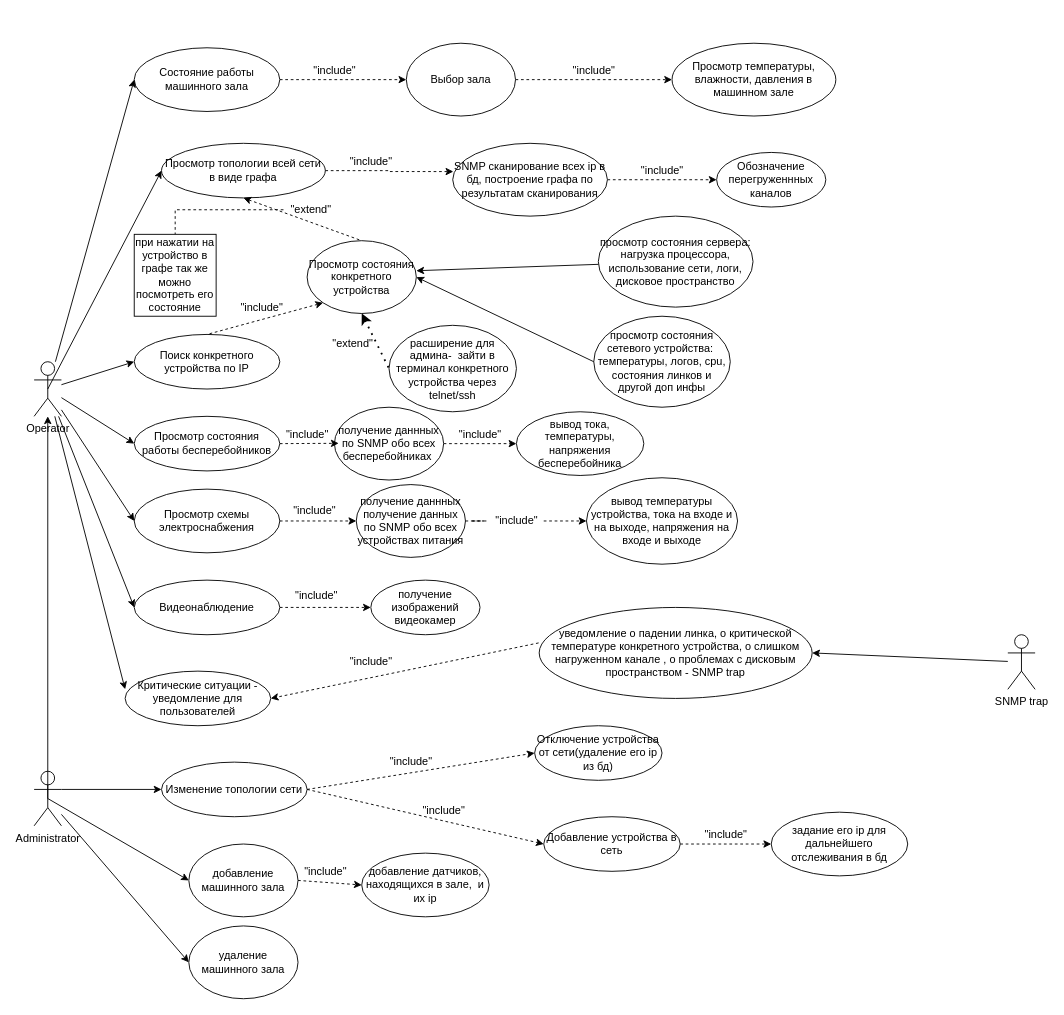
The draw.io diagram Untitled Diagram.drawio in sophiiako/unik, before the edit. Source tidied: cells renumbered, new cells numbered last; positions are measured from the earlier drawing's top-left corner, leaving out a move shared by most shapes. Both pictures are drawn from the tidied source at 91%, with x=0, y=0 at pixel (34, 43).
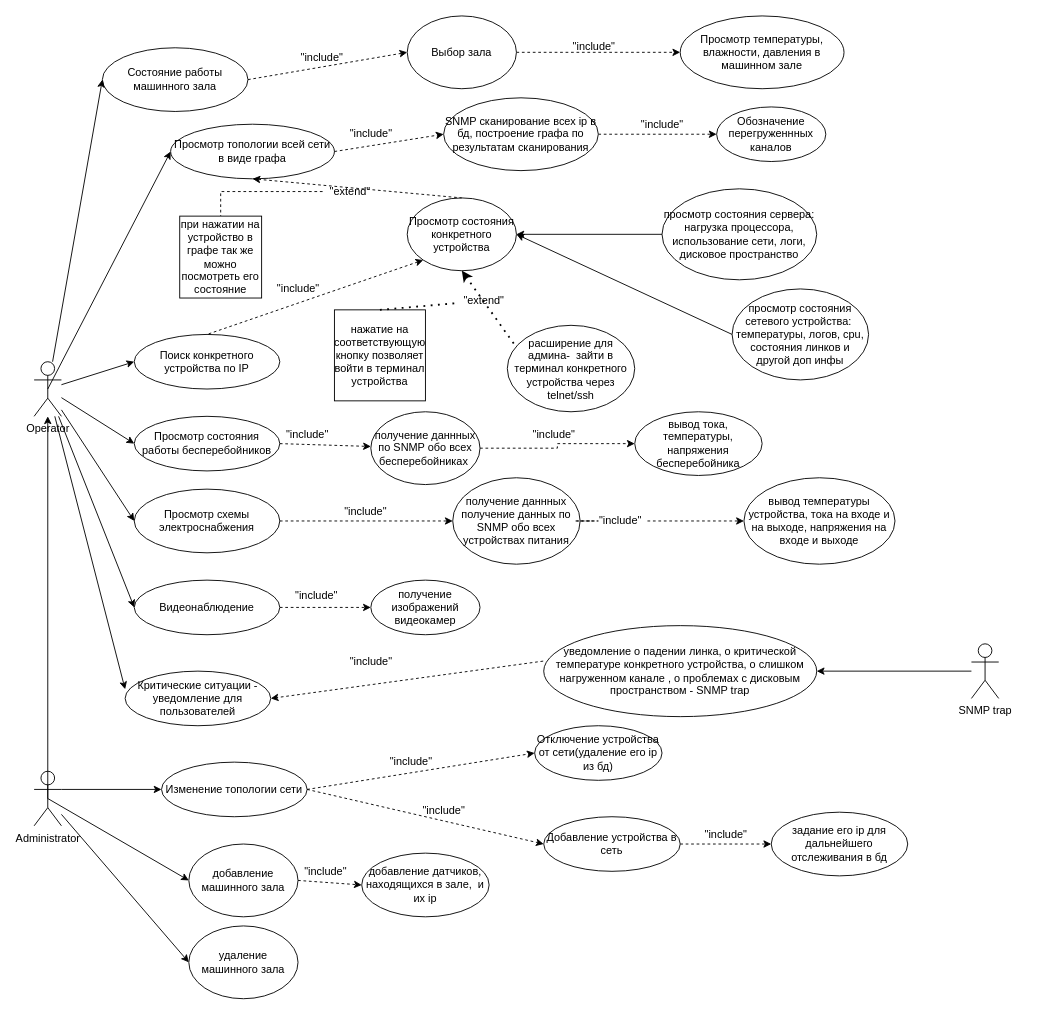
The same page after the edit.

The change refers to these unchanged cells:
```xml
<mxCell id="8" value="Просмотр состояния работы бесперебойников" style="ellipse;whiteSpace=wrap;html=1;" parent="1" vertex="1">
  <mxGeometry x="110" y="410" width="160" height="60" as="geometry" />
</mxCell>
<mxCell id="64" value="&quot;include&quot;" style="text;html=1;align=center;verticalAlign=middle;points=[];strokeColor=none;fillColor=none;" parent="1" vertex="1">
  <mxGeometry x="270" y="420" width="60" height="20" as="geometry" />
</mxCell>
```

The edit, as a diff of the source:
```diff
@@
     <mxCell id="3" value="Просмотр температуры, влажности, давления в машинном зале" style="ellipse;whiteSpace=wrap;html=1;" parent="1" vertex="1">
-      <mxGeometry x="701" width="180" height="80" as="geometry" />
+      <mxGeometry x="710" y="-30" width="180" height="80" as="geometry" />
     </mxCell>
     <mxCell id="4" value="Просмотр топологии всей сети в виде графа" style="ellipse;whiteSpace=wrap;html=1;" parent="1" vertex="1">
-      <mxGeometry x="140" y="110" width="180" height="60" as="geometry" />
+      <mxGeometry x="150" y="89" width="180" height="60" as="geometry" />
     </mxCell>
@@
     <mxCell id="9" value="Просмотр состояния конкретного устройства" style="ellipse;whiteSpace=wrap;html=1;" parent="1" vertex="1">
-      <mxGeometry x="300" y="217" width="120" height="80" as="geometry" />
+      <mxGeometry x="410" y="170" width="120" height="80" as="geometry" />
     </mxCell>
@@
     <mxCell id="12" value="Обозначение перегруженнных каналов" style="ellipse;whiteSpace=wrap;html=1;" parent="1" vertex="1">
-      <mxGeometry x="750" y="120" width="120" height="60" as="geometry" />
+      <mxGeometry x="750" y="70" width="120" height="60" as="geometry" />
     </mxCell>
@@
-    <mxCell id="15" style="edgeStyle=orthogonalEdgeStyle;rounded=0;jettySize=auto;html=1;dashed=1;" parent="1" edge="1" source="16" target="35">
-      <mxGeometry relative="1" as="geometry" />
-    </mxCell>
     <mxCell id="16" value="Состояние работы машинного зала" style="ellipse;whiteSpace=wrap;html=1;" parent="1" vertex="1">
-      <mxGeometry x="110" y="5" width="160" height="70" as="geometry" />
+      <mxGeometry x="75" y="5" width="160" height="70" as="geometry" />
     </mxCell>
@@
     <mxCell id="31" value="получение даннных получение данных по SNMP обо всех устройствах питания" style="ellipse;whiteSpace=wrap;html=1;" parent="1" vertex="1">
-      <mxGeometry x="354" y="485" width="120" height="80" as="geometry" />
+      <mxGeometry x="460" y="477.5" width="140" height="95" as="geometry" />
     </mxCell>
@@
     <mxCell id="33" value="получение даннных по SNMP обо всех бесперебойниках&amp;nbsp;" style="ellipse;whiteSpace=wrap;html=1;" parent="1" vertex="1">
-      <mxGeometry x="330" y="400" width="120" height="80" as="geometry" />
+      <mxGeometry x="370" y="405" width="120" height="80" as="geometry" />
     </mxCell>
@@
     <mxCell id="35" value="Выбор зала" style="ellipse;whiteSpace=wrap;html=1;" parent="1" vertex="1">
-      <mxGeometry x="409" width="120" height="80" as="geometry" />
+      <mxGeometry x="410" y="-30" width="120" height="80" as="geometry" />
     </mxCell>
@@
     <mxCell id="37" value="SNMP сканирование всех ip в бд, построение графа по результатам сканирования" style="ellipse;whiteSpace=wrap;html=1;" parent="1" vertex="1">
-      <mxGeometry x="460" y="110" width="170" height="80" as="geometry" />
+      <mxGeometry x="450" y="60" width="170" height="80" as="geometry" />
     </mxCell>
     <mxCell id="38" value="просмотр состояния сетевого устройства:&amp;nbsp; температуры, логов, cpu, состояния линков и другой доп инфы" style="ellipse;whiteSpace=wrap;html=1;" parent="1" vertex="1">
-      <mxGeometry x="615" y="300" width="150" height="100" as="geometry" />
+      <mxGeometry x="767" y="270" width="150" height="100" as="geometry" />
     </mxCell>
@@
     <mxCell id="40" value="уведомление о падении линка, о критической температуре конкретного устройства, о слишком нагруженном канале , о проблемах с дисковым пространством - SNMP trap" style="ellipse;whiteSpace=wrap;html=1;" parent="1" vertex="1">
-      <mxGeometry x="555" y="620" width="300" height="100" as="geometry" />
+      <mxGeometry x="560" y="640" width="300" height="100" as="geometry" />
     </mxCell>
@@
-    <mxCell id="42" style="endArrow=none;dashed=1;html=1;dashPattern=1 3;strokeWidth=2;rounded=0;exitX=0.5;exitY=1;exitDx=0;exitDy=0;entryX=0;entryY=0.5;entryDx=0;entryDy=0;startArrow=classic;startFill=1;" parent="1" edge="1" source="9" target="43">
+    <mxCell id="42" style="endArrow=none;dashed=1;html=1;dashPattern=1 3;strokeWidth=2;rounded=0;exitX=0.5;exitY=1;exitDx=0;exitDy=0;entryX=0.062;entryY=0.235;entryDx=0;entryDy=0;startArrow=classic;startFill=1;entryPerimeter=0;" parent="1" edge="1" source="9" target="43">
       <mxGeometry relative="1" as="geometry" />
     </mxCell>
     <mxCell id="43" value="расширение для админа-&amp;nbsp; зайти в терминал конкретного устройства через telnet/ssh" style="ellipse;whiteSpace=wrap;html=1;" parent="1" vertex="1">
-      <mxGeometry x="390" y="310" width="140" height="95" as="geometry" />
+      <mxGeometry x="520" y="310" width="140" height="95" as="geometry" />
     </mxCell>
@@
     <mxCell id="45" value="просмотр состояния сервера: нагрузка процессора, использование сети, логи, дисковое пространство" style="ellipse;whiteSpace=wrap;html=1;" parent="1" vertex="1">
-      <mxGeometry x="620" y="190" width="170" height="100" as="geometry" />
+      <mxGeometry x="690" y="160" width="170" height="100" as="geometry" />
     </mxCell>
@@
     <mxCell id="49" value="вывод тока, температуры, напряжения бесперебойника" style="ellipse;whiteSpace=wrap;html=1;" parent="1" vertex="1">
-      <mxGeometry x="530" y="405" width="140" height="70" as="geometry" />
+      <mxGeometry x="660" y="405" width="140" height="70" as="geometry" />
     </mxCell>
     <mxCell id="50" value="вывод температуры устройства, тока на входе и на выходе, напряжения на входе и выходе" style="ellipse;whiteSpace=wrap;html=1;" parent="1" vertex="1">
-      <mxGeometry x="607" y="477.5" width="166" height="95" as="geometry" />
+      <mxGeometry x="780" y="477.5" width="166" height="95" as="geometry" />
     </mxCell>
     <mxCell id="51" value="&quot;include&quot;" style="text;html=1;align=center;verticalAlign=middle;strokeColor=none;fillColor=none;" parent="1" vertex="1">
-      <mxGeometry x="300" y="20" width="60" height="20" as="geometry" />
+      <mxGeometry x="286" y="6" width="60" height="20" as="geometry" />
     </mxCell>
     <mxCell id="52" value="&quot;include&quot;" style="text;html=1;align=center;verticalAlign=middle;strokeColor=none;fillColor=none;" parent="1" vertex="1">
-      <mxGeometry x="585" y="20" width="60" height="20" as="geometry" />
+      <mxGeometry x="585" y="-6" width="60" height="20" as="geometry" />
     </mxCell>
-    <mxCell id="53" style="edgeStyle=orthogonalEdgeStyle;rounded=0;jettySize=auto;html=1;dashed=1;exitX=1;exitY=0.5;exitDx=0;exitDy=0;entryX=0.004;entryY=0.388;entryDx=0;entryDy=0;entryPerimeter=0;" parent="1" edge="1" source="4" target="37">
-      <mxGeometry relative="1" as="geometry" />
-    </mxCell>
@@
     <mxCell id="60" value="&quot;extend&quot;" style="text;html=1;align=center;verticalAlign=middle;points=[];strokeColor=none;fillColor=none;" parent="1" vertex="1">
-      <mxGeometry x="274" y="173" width="60" height="20" as="geometry" />
+      <mxGeometry x="317" y="153" width="60" height="20" as="geometry" />
     </mxCell>
     <mxCell id="61" value="при нажатии на устройство в графе так же можно посмотреть его состояние" style="whiteSpace=wrap;html=1;" parent="1" vertex="1">
-      <mxGeometry x="110" y="210" width="90" height="90" as="geometry" />
+      <mxGeometry x="160" y="190" width="90" height="90" as="geometry" />
     </mxCell>
@@
     <mxCell id="63" value="&quot;include&quot;" style="text;html=1;align=center;verticalAlign=middle;strokeColor=none;fillColor=none;" parent="1" vertex="1">
-      <mxGeometry x="278" y="504" width="60" height="20" as="geometry" />
+      <mxGeometry x="334" y="505" width="60" height="20" as="geometry" />
     </mxCell>
@@
-    <mxCell id="65" style="endArrow=classic;html=1;rounded=0;dashed=1;exitX=1;exitY=0.5;exitDx=0;exitDy=0;entryX=1.078;entryY=0.983;entryDx=0;entryDy=0;entryPerimeter=0;" parent="1" edge="1" source="8" target="64">
+    <mxCell id="65" style="endArrow=classic;html=1;rounded=0;dashed=1;exitX=1;exitY=0.5;exitDx=0;exitDy=0;" parent="1" edge="1" source="8" target="33">
       <mxGeometry relative="1" as="geometry" />
     </mxCell>
     <mxCell id="66" value="&quot;include&quot;" style="text;html=1;align=center;verticalAlign=middle;strokeColor=none;fillColor=none;" parent="1" vertex="1">
-      <mxGeometry x="460" y="420" width="60" height="20" as="geometry" />
+      <mxGeometry x="541" y="420" width="60" height="20" as="geometry" />
     </mxCell>
     <mxCell id="67" value="&quot;include&quot;" style="text;html=1;align=center;verticalAlign=middle;strokeColor=none;fillColor=none;" parent="1" vertex="1">
-      <mxGeometry x="220" y="281" width="60" height="20" as="geometry" />
+      <mxGeometry x="260" y="260" width="60" height="20" as="geometry" />
     </mxCell>
     <mxCell id="68" value="&quot;include&quot;" style="text;html=1;align=center;verticalAlign=middle;points=[];strokeColor=none;fillColor=none;" parent="1" vertex="1">
-      <mxGeometry x="500" y="515" width="60" height="20" as="geometry" />
+      <mxGeometry x="614" y="515" width="60" height="20" as="geometry" />
     </mxCell>
@@
     <mxCell id="70" value="&quot;include&quot;" style="text;html=1;align=center;verticalAlign=middle;strokeColor=none;fillColor=none;" parent="1" vertex="1">
-      <mxGeometry x="340" y="120" width="60" height="20" as="geometry" />
+      <mxGeometry x="340" y="90" width="60" height="20" as="geometry" />
     </mxCell>
     <mxCell id="71" value="&quot;include&quot;" style="text;html=1;align=center;verticalAlign=middle;strokeColor=none;fillColor=none;" parent="1" vertex="1">
-      <mxGeometry x="660" y="130" width="60" height="20" as="geometry" />
+      <mxGeometry x="660" y="80" width="60" height="20" as="geometry" />
     </mxCell>
-    <mxCell id="72" style="endArrow=classic;html=1;rounded=0;" parent="1" edge="1" source="45">
-      <mxGeometry relative="1" as="geometry">
-        <mxPoint x="420" y="250" as="targetPoint" />
-      </mxGeometry>
+    <mxCell id="72" style="endArrow=classic;html=1;rounded=0;entryX=1;entryY=0.5;entryDx=0;entryDy=0;" parent="1" edge="1" source="45" target="9">
+      <mxGeometry relative="1" as="geometry" />
     </mxCell>
     <mxCell id="73" value="&quot;extend&quot;" style="text;html=1;align=center;verticalAlign=middle;points=[];strokeColor=none;fillColor=none;" parent="1" vertex="1">
-      <mxGeometry x="320" y="320" width="60" height="20" as="geometry" />
+      <mxGeometry x="464" y="273" width="60" height="20" as="geometry" />
     </mxCell>
@@
     <mxCell id="80" value="SNMP trap" style="shape=umlActor;verticalLabelPosition=bottom;verticalAlign=top;html=1;outlineConnect=0;" parent="1" vertex="1">
-      <mxGeometry x="1070" y="650" width="30" height="60" as="geometry" />
+      <mxGeometry x="1030" y="660" width="30" height="60" as="geometry" />
     </mxCell>
@@
+    <mxCell id="15" style="endArrow=classic;html=1;rounded=0;exitX=1;exitY=0.5;exitDx=0;exitDy=0;entryX=0;entryY=0.5;entryDx=0;entryDy=0;dashed=1;" parent="1" edge="1" source="16" target="35">
+      <mxGeometry relative="1" as="geometry" />
+    </mxCell>
+    <mxCell id="53" style="endArrow=classic;html=1;rounded=0;dashed=1;exitX=1;exitY=0.5;exitDx=0;exitDy=0;entryX=0;entryY=0.5;entryDx=0;entryDy=0;" parent="1" edge="1" source="4" target="37">
+      <mxGeometry relative="1" as="geometry" />
+    </mxCell>
+    <mxCell id="84" value="нажатие на соответствующую кнопку позволяет войти в терминал устройства" style="whiteSpace=wrap;html=1;" parent="1" vertex="1">
+      <mxGeometry x="330" y="293" width="100" height="100" as="geometry" />
+    </mxCell>
+    <mxCell id="85" style="endArrow=none;dashed=1;html=1;dashPattern=1 3;strokeWidth=2;rounded=0;exitX=0.5;exitY=0;exitDx=0;exitDy=0;" parent="1" edge="1" source="84" target="73">
+      <mxGeometry relative="1" as="geometry" />
+    </mxCell>
```
